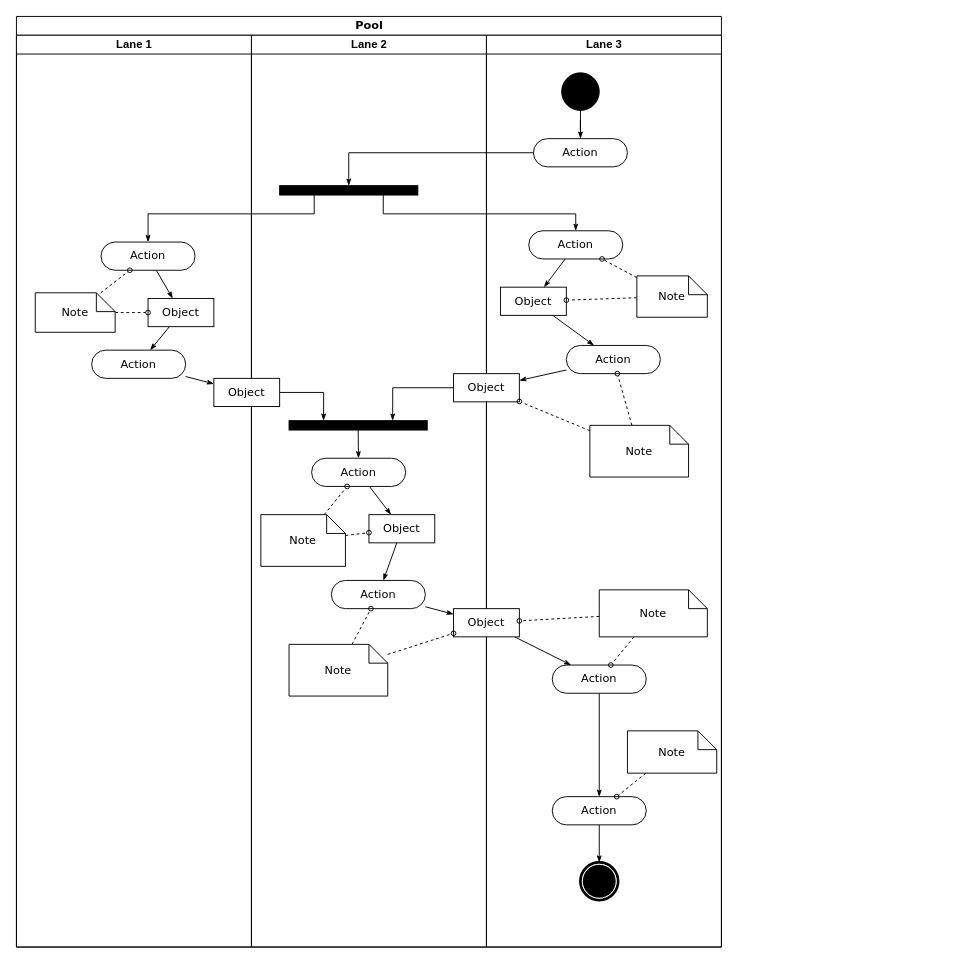
Before: page "Page-1" (1 of 4) of Diagrams/ActivityDiagram.drawio in Abcdavid00/Cafe-Management-Application, a draw.io diagram. Source tidied: cells renumbered, new cells numbered last; positions are measured from the earlier drawing's top-left corner, leaving out a move shared by most shapes. Both pictures are drawn from the tidied source at 94%, with x=0, y=0 at pixel (16, 16).
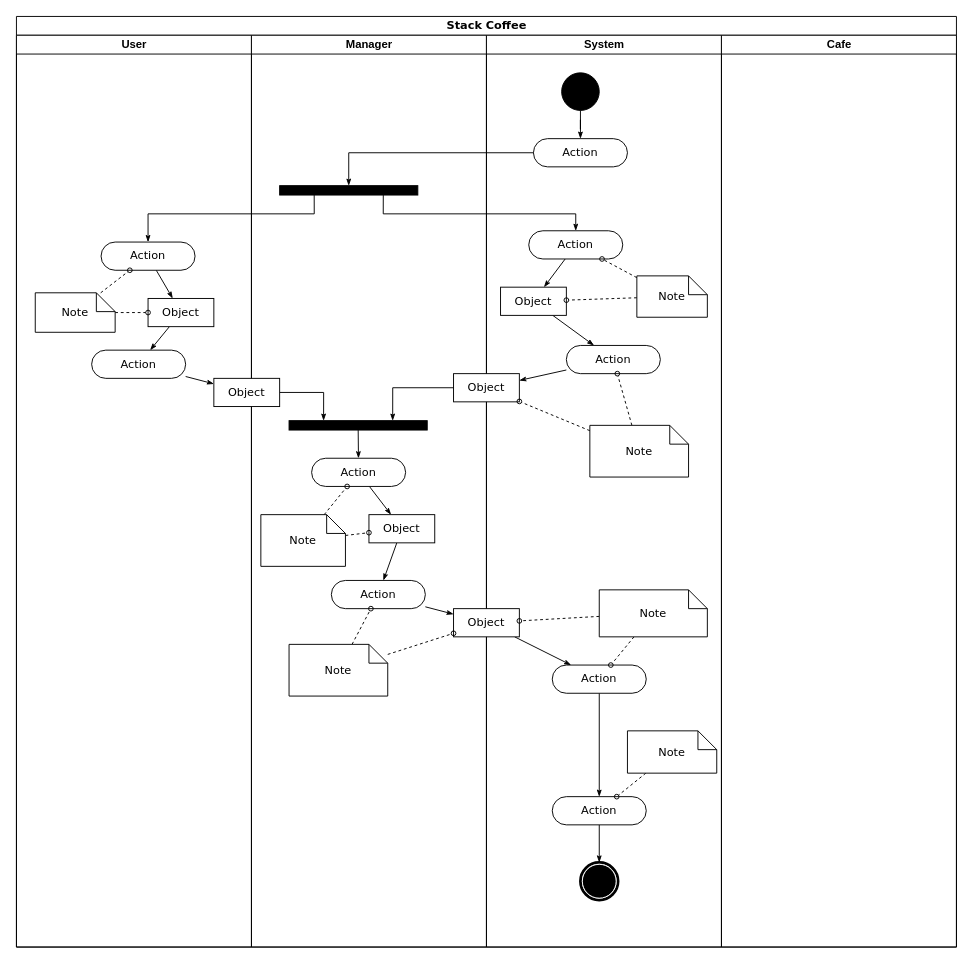
Above is the later version.

The edit, as a diff of the source:
```diff
@@
-    <mxCell id="2" value="Pool" style="swimlane;html=1;startSize=20;rounded=0;shadow=0;comic=0;labelBackgroundColor=none;strokeWidth=1;fontFamily=Verdana;fontSize=12;align=center;" parent="1" vertex="1">
-      <mxGeometry width="750" height="990" as="geometry" />
+    <mxCell id="2" value="Stack Coffee" style="swimlane;html=1;startSize=20;rounded=0;shadow=0;comic=0;labelBackgroundColor=none;strokeWidth=1;fontFamily=Verdana;fontSize=12;align=center;" parent="1" vertex="1">
+      <mxGeometry width="1000" height="990" as="geometry" />
     </mxCell>
-    <mxCell id="3" value="Lane 1" style="swimlane;html=1;startSize=20;" parent="2" vertex="1">
+    <mxCell id="3" value="User" style="swimlane;html=1;startSize=20;" parent="2" vertex="1">
       <mxGeometry y="20" width="250" height="970" as="geometry" />
     </mxCell>
@@
-    <mxCell id="12" value="Lane 2" style="swimlane;html=1;startSize=20;" parent="2" vertex="1">
+    <mxCell id="12" value="Manager" style="swimlane;html=1;startSize=20;" parent="2" vertex="1">
       <mxGeometry x="250" y="20" width="250" height="970" as="geometry" />
     </mxCell>
@@
-    <mxCell id="28" value="Lane 3" style="swimlane;html=1;startSize=20;" parent="2" vertex="1">
+    <mxCell id="28" value="System" style="swimlane;html=1;startSize=20;" parent="2" vertex="1">
       <mxGeometry x="500" y="20" width="250" height="970" as="geometry" />
     </mxCell>
@@
+    <mxCell id="64" value="Cafe" style="swimlane;html=1;startSize=20;" parent="1" vertex="1">
+      <mxGeometry x="750" y="20" width="250" height="970" as="geometry" />
+    </mxCell>
```
